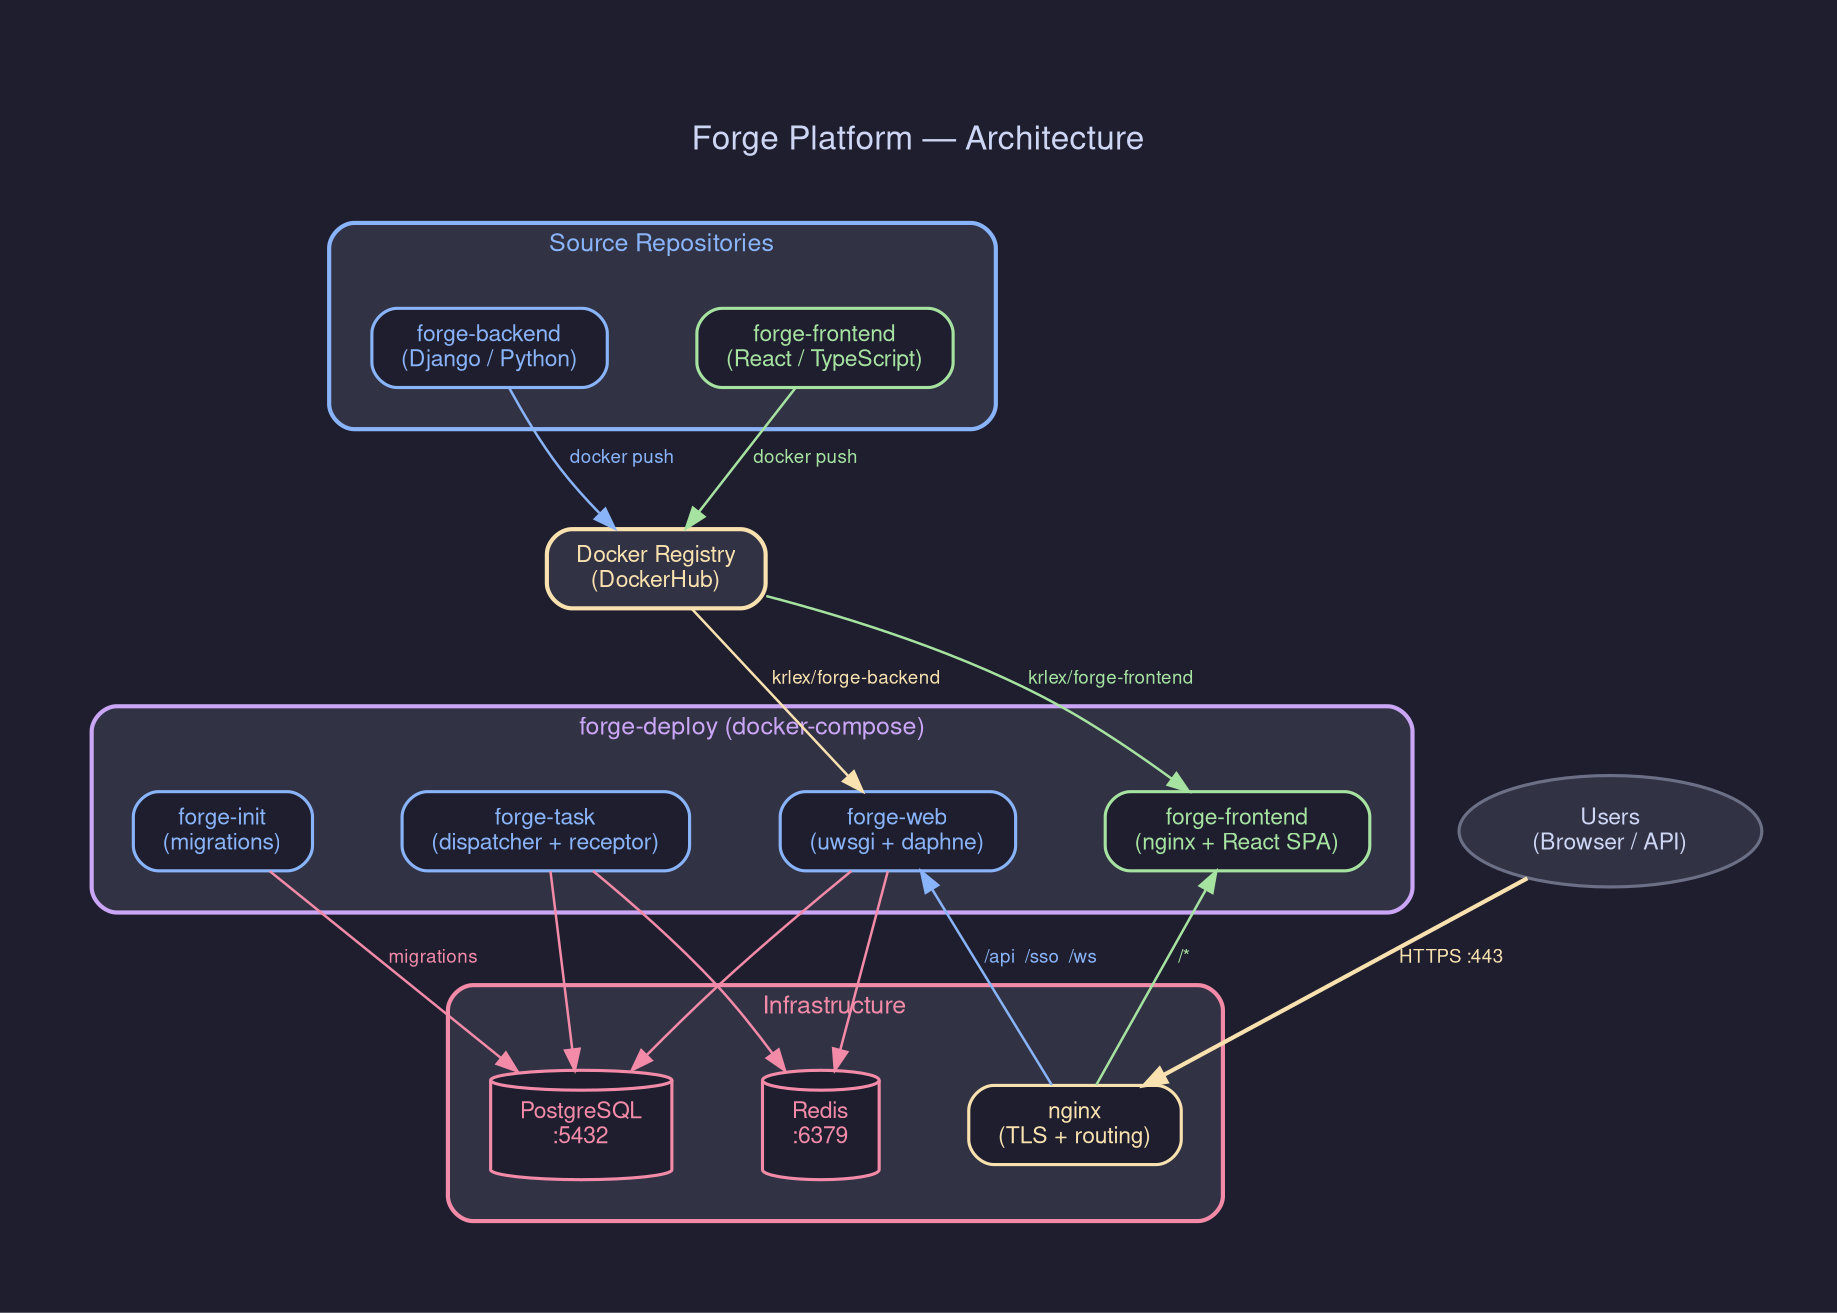
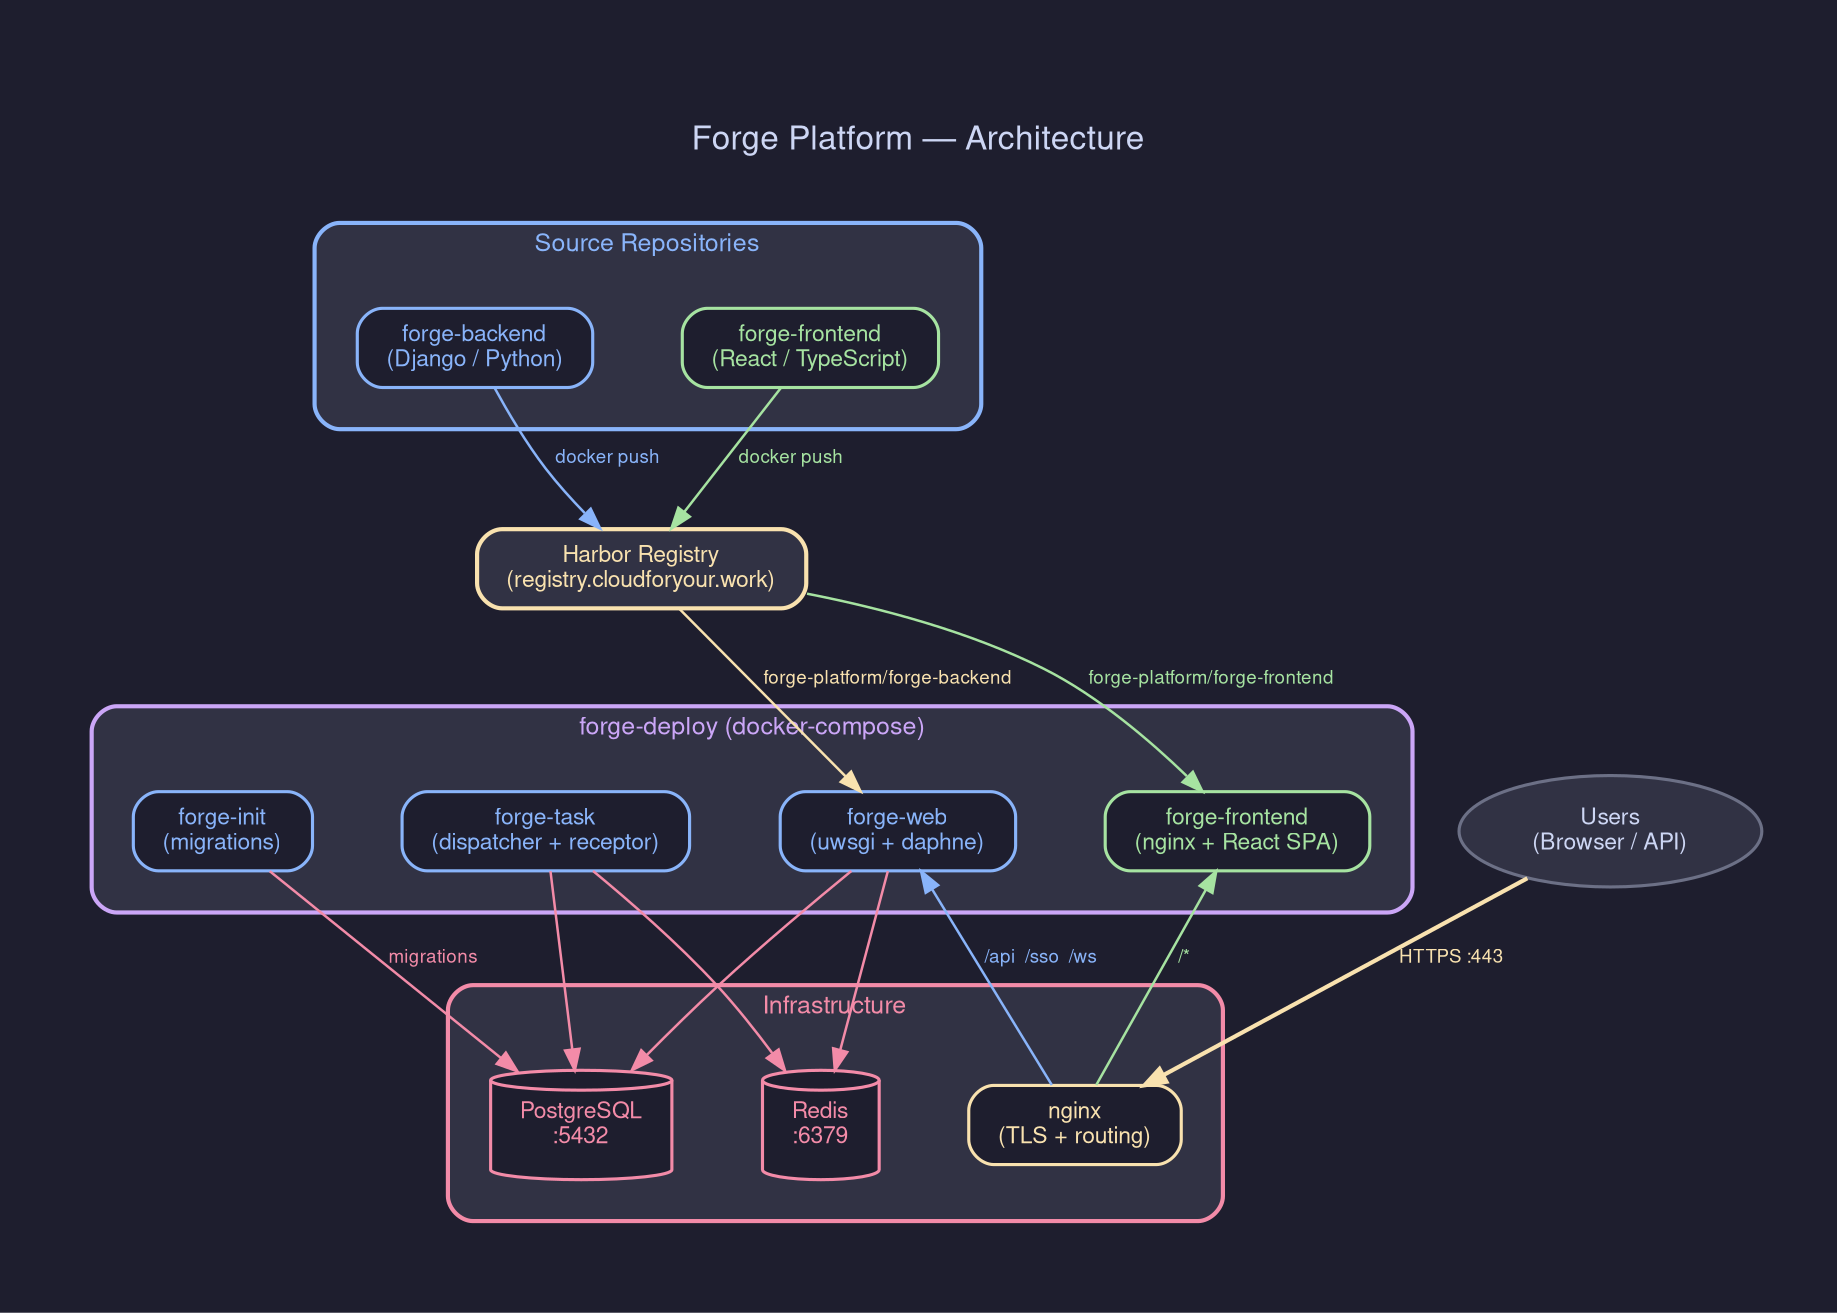
digraph ForgeArchitecture {
    rankdir=TB;
    bgcolor="#1e1e2e";
    fontname="Helvetica Neue,Helvetica,Arial,sans-serif";
    node [fontname="Helvetica Neue,Helvetica,Arial,sans-serif", fontsize=11, style="filled",
          shape="box", penwidth=1.5, margin="0.2,0.1", fontcolor="#cdd6f4"];
    edge [fontname="Helvetica Neue,Helvetica,Arial,sans-serif", fontsize=9, penwidth=1.2,
          color="#6c7086", fontcolor="#a6adc8"];
    graph [fontname="Helvetica Neue,Helvetica,Arial,sans-serif", fontsize=12, fontcolor="#cdd6f4"];
    compound=true;
    newrank=true;
    splines=true;
    nodesep=0.6;
    ranksep=0.8;
    pad=0.5;

    // ── Source Repositories ──
    subgraph cluster_source {
        label="  Source Repositories  ";
        labeljust="c";
        style="filled,rounded,bold";
        fillcolor="#313244";
        color="#89b4fa";
        fontcolor="#89b4fa";
        penwidth=2;
        margin=20;

        backend [label="forge-backend\n(Django / Python)",
                 fillcolor="#1e1e2e", color="#89b4fa", fontcolor="#89b4fa",
                 shape="box", style="filled,rounded"];
        frontend [label="forge-frontend\n(React / TypeScript)",
                  fillcolor="#1e1e2e", color="#a6e3a1", fontcolor="#a6e3a1",
                  shape="box", style="filled,rounded"];
    }

    // ── Docker Registry ──
-     registry [label="Docker Registry\n(DockerHub)",
+     registry [label="Harbor Registry\n(registry.cloudforyour.work)",
              fillcolor="#313244", color="#f9e2af", fontcolor="#f9e2af",
              shape="box", style="filled,rounded", penwidth=2];

    // ── Deployment ──
    subgraph cluster_deploy {
        label="  forge-deploy (docker-compose)  ";
        labeljust="c";
        style="filled,rounded,bold";
        fillcolor="#313244";
        color="#cba6f7";
        fontcolor="#cba6f7";
        penwidth=2;
        margin=20;

        web [label="forge-web\n(uwsgi + daphne)",
             fillcolor="#1e1e2e", color="#89b4fa", fontcolor="#89b4fa",
             shape="box", style="filled,rounded"];
        task [label="forge-task\n(dispatcher + receptor)",
              fillcolor="#1e1e2e", color="#89b4fa", fontcolor="#89b4fa",
              shape="box", style="filled,rounded"];
        fe [label="forge-frontend\n(nginx + React SPA)",
            fillcolor="#1e1e2e", color="#a6e3a1", fontcolor="#a6e3a1",
            shape="box", style="filled,rounded"];
        init [label="forge-init\n(migrations)",
              fillcolor="#1e1e2e", color="#89b4fa", fontcolor="#89b4fa",
              shape="box", style="filled,rounded"];
    }

    // ── Infrastructure ──
    subgraph cluster_infra {
        label="  Infrastructure  ";
        labeljust="c";
        style="filled,rounded,bold";
        fillcolor="#313244";
        color="#f38ba8";
        fontcolor="#f38ba8";
        penwidth=2;
        margin=20;

        nginx [label="nginx\n(TLS + routing)",
               fillcolor="#1e1e2e", color="#f9e2af", fontcolor="#f9e2af",
               shape="box", style="filled,rounded"];
        postgres [label="PostgreSQL\n:5432",
                  fillcolor="#1e1e2e", color="#f38ba8", fontcolor="#f38ba8",
                  shape="cylinder"];
        redis [label="Redis\n:6379",
               fillcolor="#1e1e2e", color="#f38ba8", fontcolor="#f38ba8",
               shape="cylinder"];
    }

    // ── Users ──
    users [label="Users\n(Browser / API)",
           shape="ellipse", fillcolor="#313244", color="#6c7086",
           fontcolor="#cdd6f4", fontsize=11];

    // ── Connections ──

    // Build → Registry
    backend -> registry [label="  docker push  ", color="#89b4fa", fontcolor="#89b4fa"];
    frontend -> registry [label="  docker push  ", color="#a6e3a1", fontcolor="#a6e3a1"];

    // Registry → Deploy
-     registry -> web [label="  krlex/forge-backend  ", color="#f9e2af", fontcolor="#f9e2af"];
+     registry -> web [label="  forge-platform/forge-backend  ", color="#f9e2af", fontcolor="#f9e2af"];
    registry -> task [style="invis"];
-     registry -> fe [label="  krlex/forge-frontend  ", color="#a6e3a1", fontcolor="#a6e3a1"];
+     registry -> fe [label="  forge-platform/forge-frontend  ", color="#a6e3a1", fontcolor="#a6e3a1"];
    registry -> init [style="invis"];

    // Deploy → Infra
    web -> postgres [color="#f38ba8"];
    web -> redis [color="#f38ba8"];
    task -> postgres [color="#f38ba8"];
    task -> redis [color="#f38ba8"];
    init -> postgres [label="  migrations  ", color="#f38ba8", fontcolor="#f38ba8"];

    // Nginx routing
    nginx -> web [label="  /api  /sso  /ws  ", color="#89b4fa", fontcolor="#89b4fa"];
    nginx -> fe [label="  /*  ", color="#a6e3a1", fontcolor="#a6e3a1"];

    // Users → Nginx
    users -> nginx [label="  HTTPS :443  ", color="#f9e2af", fontcolor="#f9e2af", penwidth=2];

    // Layout hints
    {rank=same; backend; frontend}
    {rank=same; web; task; fe; init}
    {rank=same; nginx; postgres; redis}

    // Title
    labelloc="t";
    label="\n  Forge Platform — Architecture  \n ";
    fontsize=16;
    fontcolor="#cdd6f4";
}
